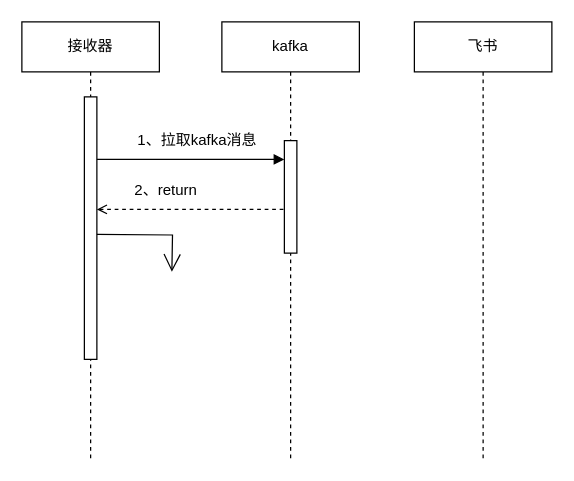
Above: 聚合器时序图.drawio in tianshengdiwangK/common (draw.io), before the change. Source tidied: cells renumbered, new cells numbered last; positions are measured from the earlier drawing's top-left corner, leaving out a move shared by most shapes. Both pictures are drawn from the tidied source at 125%, with x=0, y=0 at pixel (21, 21).
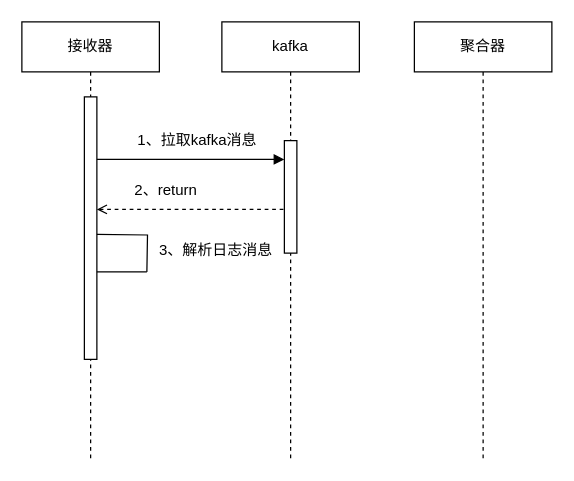
The same page after the edit.

Commit message (it also covers changes not shown here):
更新聚合器时序图.drawio

Diff of the diagram source:
```diff
@@
 <mxGraphModel>
   <root>
     <mxCell id="0" />
     <mxCell id="1" parent="0" />
     <mxCell id="2" value="kafka" style="shape=umlLifeline;perimeter=lifelinePerimeter;whiteSpace=wrap;html=1;newEdgeStyle={&quot;edgeStyle&quot;:&quot;elbowEdgeStyle&quot;,&quot;elbow&quot;:&quot;vertical&quot;,&quot;curved&quot;:0,&quot;rounded&quot;:0};" parent="1" vertex="1">
       <mxGeometry x="160" width="110" height="350" as="geometry" />
     </mxCell>
     <mxCell id="3" style="html=1;perimeter=orthogonalPerimeter;targetShapes=umlLifeline;newEdgeStyle={&quot;edgeStyle&quot;:&quot;elbowEdgeStyle&quot;,&quot;elbow&quot;:&quot;vertical&quot;,&quot;curved&quot;:0,&quot;rounded&quot;:0};" parent="2" vertex="1">
       <mxGeometry x="50" y="95" width="10" height="90" as="geometry" />
     </mxCell>
     <mxCell id="4" value="接收器" style="shape=umlLifeline;perimeter=lifelinePerimeter;whiteSpace=wrap;html=1;newEdgeStyle={&quot;edgeStyle&quot;:&quot;elbowEdgeStyle&quot;,&quot;elbow&quot;:&quot;vertical&quot;,&quot;curved&quot;:0,&quot;rounded&quot;:0};" parent="1" vertex="1">
       <mxGeometry width="110" height="350" as="geometry" />
     </mxCell>
     <mxCell id="5" style="html=1;perimeter=orthogonalPerimeter;targetShapes=umlLifeline;newEdgeStyle={&quot;edgeStyle&quot;:&quot;elbowEdgeStyle&quot;,&quot;elbow&quot;:&quot;vertical&quot;,&quot;curved&quot;:0,&quot;rounded&quot;:0};" parent="4" vertex="1">
       <mxGeometry x="50" y="60" width="10" height="210" as="geometry" />
     </mxCell>
-    <mxCell id="6" value="飞书" style="shape=umlLifeline;perimeter=lifelinePerimeter;whiteSpace=wrap;html=1;newEdgeStyle={&quot;edgeStyle&quot;:&quot;elbowEdgeStyle&quot;,&quot;elbow&quot;:&quot;vertical&quot;,&quot;curved&quot;:0,&quot;rounded&quot;:0};" parent="1" vertex="1">
+    <mxCell id="6" value="聚合器" style="shape=umlLifeline;perimeter=lifelinePerimeter;whiteSpace=wrap;html=1;newEdgeStyle={&quot;edgeStyle&quot;:&quot;elbowEdgeStyle&quot;,&quot;elbow&quot;:&quot;vertical&quot;,&quot;curved&quot;:0,&quot;rounded&quot;:0};" parent="1" vertex="1">
       <mxGeometry x="314" width="110" height="350" as="geometry" />
     </mxCell>
     <mxCell id="7" style="endArrow=block;endFill=1;endSize=6;html=1;rounded=0;" parent="1" edge="1">
       <mxGeometry relative="1" as="geometry">
         <mxPoint x="60" y="110" as="sourcePoint" />
         <mxPoint x="210" y="110" as="targetPoint" />
       </mxGeometry>
     </mxCell>
     <mxCell id="8" value="1、拉取kafka消息" style="text;html=1;align=center;verticalAlign=middle;strokeColor=none;fillColor=none;" parent="1" vertex="1">
       <mxGeometry x="80" y="80" width="120" height="30" as="geometry" />
     </mxCell>
     <mxCell id="9" style="endArrow=none;endFill=0;endSize=12;html=1;rounded=0;dashed=1;startArrow=open;startFill=0;" parent="1" edge="1">
       <mxGeometry relative="1" as="geometry">
         <mxPoint x="60" y="150" as="sourcePoint" />
         <mxPoint x="210" y="150" as="targetPoint" />
       </mxGeometry>
     </mxCell>
     <mxCell id="10" value="2、return" style="text;html=1;align=center;verticalAlign=middle;strokeColor=none;fillColor=none;" parent="1" vertex="1">
       <mxGeometry x="80" y="120" width="70" height="30" as="geometry" />
     </mxCell>
-    <mxCell id="11" style="endArrow=open;endFill=1;endSize=12;html=1;rounded=0;edgeStyle=orthogonalEdgeStyle;" parent="1" edge="1">
+    <mxCell id="11" style="endArrow=none;endFill=0;endSize=12;html=1;rounded=0;edgeStyle=orthogonalEdgeStyle;" parent="1" edge="1">
       <mxGeometry relative="1" as="geometry">
         <mxPoint x="60" y="170" as="sourcePoint" />
-        <mxPoint x="120" y="200" as="targetPoint" />
+        <mxPoint x="100" y="200" as="targetPoint" />
       </mxGeometry>
     </mxCell>
+    <mxCell id="12" style="endArrow=none;endFill=0;endSize=12;html=1;rounded=0;" parent="1" edge="1">
+      <mxGeometry relative="1" as="geometry">
+        <mxPoint x="60" y="200" as="sourcePoint" />
+        <mxPoint x="100" y="200" as="targetPoint" />
+      </mxGeometry>
+    </mxCell>
+    <mxCell id="13" value="3、解析日志消息" style="text;html=1;align=center;verticalAlign=middle;strokeColor=none;fillColor=none;" parent="1" vertex="1">
+      <mxGeometry x="100" y="168" width="110" height="30" as="geometry" />
+    </mxCell>
   </root>
 </mxGraphModel>
```
